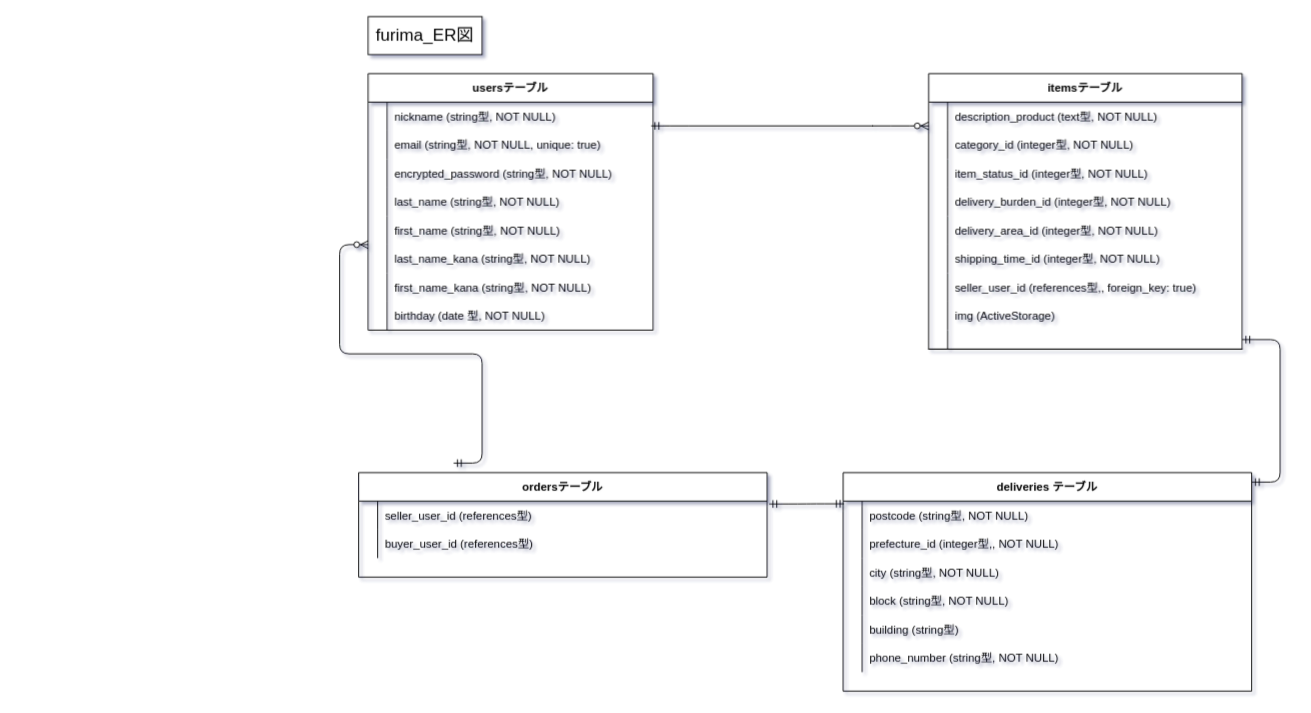
Earlier version of the draw.io diagram db/furima_ER図.drawio (rikako-yurino/furima-34770). Source tidied: cells renumbered, new cells numbered last; positions are measured from the earlier drawing's top-left corner, leaving out a move shared by most shapes. Both pictures are drawn from the tidied source at 95%, with x=0, y=0 at pixel (358, 16).
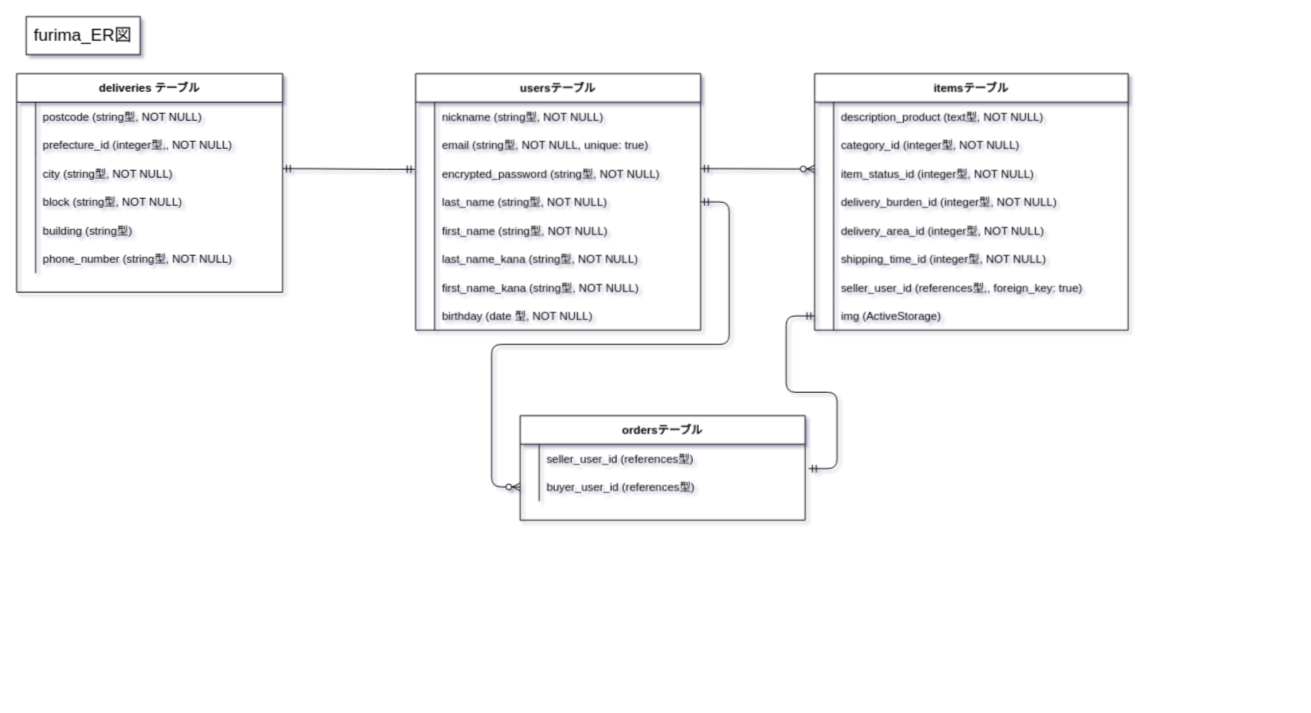
Above is the later version.

The change refers to these unchanged cells:
```xml
<mxCell id="24" style="shape=partialRectangle;fillColor=none;top=0;left=0;bottom=0;right=0;points=[[0,0.5],[1,0.5]];portConstraint=eastwest;" parent="2" vertex="1">
  <mxGeometry y="240" width="330" height="30" as="geometry" />
</mxCell>
<mxCell id="37" style="shape=partialRectangle;fillColor=none;top=0;left=0;bottom=0;right=0;points=[[0,0.5],[1,0.5]];portConstraint=eastwest;" parent="30" vertex="1">
  <mxGeometry y="90" width="300" height="30" as="geometry" />
</mxCell>
<mxCell id="40" style="shape=partialRectangle;fillColor=none;top=0;left=0;bottom=0;right=0;points=[[0,0.5],[1,0.5]];portConstraint=eastwest;" parent="30" vertex="1">
  <mxGeometry y="120" width="300" height="30" as="geometry" />
</mxCell>
```

Diff of the diagram source:
```diff
@@
     <mxCell id="2" value="itemsテーブル" style="shape=table;startSize=30;childLayout=tableLayout;rowLines=0;fontStyle=1;align=center;" parent="1" vertex="1">
-      <mxGeometry x="600" y="60" width="330" height="290" as="geometry" />
+      <mxGeometry x="480" y="60" width="330" height="270" as="geometry" />
     </mxCell>
@@
-    <mxCell id="27" style="shape=partialRectangle;fillColor=none;top=0;left=0;bottom=1;right=0;points=[[0,0.5],[1,0.5]];portConstraint=eastwest;" parent="2" vertex="1">
-      <mxGeometry y="270" width="330" height="20" as="geometry" />
-    </mxCell>
-    <mxCell id="28" style="shape=partialRectangle;fillColor=none;top=0;left=0;bottom=0;right=0;fontStyle=1;overflow=hidden;" parent="27" vertex="1">
-      <mxGeometry width="20" height="20" as="geometry" />
-    </mxCell>
-    <mxCell id="29" style="shape=partialRectangle;fillColor=none;top=0;left=0;bottom=0;right=0;align=left;spacingLeft=6;fontStyle=5;overflow=hidden;" parent="27" vertex="1">
-      <mxGeometry x="20" width="310" height="20" as="geometry" />
-    </mxCell>
     <mxCell id="30" value="usersテーブル" style="shape=table;startSize=30;childLayout=tableLayout;rowLines=0;fontStyle=1;align=center;" parent="1" vertex="1">
-      <mxGeometry x="10" y="60" width="300" height="270" as="geometry" />
+      <mxGeometry x="60" y="60" width="300" height="270" as="geometry" />
     </mxCell>
@@
     <mxCell id="55" value="ordersテーブル" style="shape=table;startSize=30;childLayout=tableLayout;rowLines=0;fontStyle=1;align=center;" parent="1" vertex="1">
-      <mxGeometry y="480" width="430" height="110" as="geometry" />
+      <mxGeometry x="170" y="420" width="300" height="110" as="geometry" />
     </mxCell>
     <mxCell id="56" style="shape=partialRectangle;fillColor=none;top=0;left=0;bottom=0;right=0;points=[[0,0.5],[1,0.5]];portConstraint=eastwest;" parent="55" vertex="1">
-      <mxGeometry y="30" width="430" height="30" as="geometry" />
+      <mxGeometry y="30" width="300" height="30" as="geometry" />
     </mxCell>
@@
     <mxCell id="58" value="seller_user_id (references型)" style="shape=partialRectangle;fillColor=none;top=0;left=0;bottom=0;right=0;align=left;spacingLeft=6;overflow=hidden;" parent="56" vertex="1">
-      <mxGeometry x="20" width="410" height="30" as="geometry" />
+      <mxGeometry x="20" width="280" height="30" as="geometry" />
     </mxCell>
     <mxCell id="59" style="shape=partialRectangle;fillColor=none;top=0;left=0;bottom=0;right=0;points=[[0,0.5],[1,0.5]];portConstraint=eastwest;" parent="55" vertex="1">
-      <mxGeometry y="60" width="430" height="30" as="geometry" />
+      <mxGeometry y="60" width="300" height="30" as="geometry" />
     </mxCell>
@@
     <mxCell id="61" value="buyer_user_id (references型)" style="shape=partialRectangle;fillColor=none;top=0;left=0;bottom=0;right=0;align=left;spacingLeft=6;overflow=hidden;" parent="59" vertex="1">
-      <mxGeometry x="20" width="410" height="30" as="geometry" />
+      <mxGeometry x="20" width="280" height="30" as="geometry" />
     </mxCell>
     <mxCell id="62" style="edgeStyle=entityRelationEdgeStyle;fontSize=12;html=1;endArrow=ERzeroToMany;startArrow=ERmandOne;" parent="1" edge="1">
       <mxGeometry relative="1" as="geometry">
-        <mxPoint x="308" y="115" as="sourcePoint" />
-        <mxPoint x="600" y="115" as="targetPoint" />
+        <mxPoint x="360" y="160" as="sourcePoint" />
+        <mxPoint x="480" y="160.3" as="targetPoint" />
       </mxGeometry>
     </mxCell>
     <mxCell id="63" value="&lt;font style=&quot;font-size: 18px&quot;&gt;furima_ER図&lt;/font&gt;" style="rounded=0;whiteSpace=wrap;html=1;sketch=0;strokeColor=#000000;" parent="1" vertex="1">
-      <mxGeometry x="10" width="120" height="40" as="geometry" />
+      <mxGeometry x="-350" width="120" height="40" as="geometry" />
     </mxCell>
     <mxCell id="64" value="deliveries テーブル" style="shape=table;startSize=30;childLayout=tableLayout;rowLines=0;fontStyle=1;align=center;" parent="1" vertex="1">
-      <mxGeometry x="510" y="480" width="430" height="230" as="geometry" />
+      <mxGeometry x="-360" y="60" width="280" height="230" as="geometry" />
     </mxCell>
     <mxCell id="65" style="shape=partialRectangle;fillColor=none;top=0;left=0;bottom=0;right=0;points=[[0,0.5],[1,0.5]];portConstraint=eastwest;" parent="64" vertex="1">
-      <mxGeometry y="30" width="430" height="30" as="geometry" />
+      <mxGeometry y="30" width="280" height="30" as="geometry" />
     </mxCell>
@@
     <mxCell id="67" value="postcode (string型, NOT NULL)" style="shape=partialRectangle;fillColor=none;top=0;left=0;bottom=0;right=0;align=left;spacingLeft=6;overflow=hidden;" parent="65" vertex="1">
-      <mxGeometry x="20" width="410" height="30" as="geometry" />
+      <mxGeometry x="20" width="260" height="30" as="geometry" />
     </mxCell>
     <mxCell id="68" style="shape=partialRectangle;fillColor=none;top=0;left=0;bottom=0;right=0;" parent="64" vertex="1">
-      <mxGeometry y="60" width="430" height="30" as="geometry" />
+      <mxGeometry y="60" width="280" height="30" as="geometry" />
     </mxCell>
@@
     <mxCell id="70" value="prefecture_id (integer型,, NOT NULL)" style="shape=partialRectangle;fillColor=none;top=0;left=0;bottom=0;right=0;align=left;spacingLeft=6;overflow=hidden;" parent="68" vertex="1">
-      <mxGeometry x="20" width="410" height="30" as="geometry" />
+      <mxGeometry x="20" width="260" height="30" as="geometry" />
     </mxCell>
     <mxCell id="71" style="shape=partialRectangle;fillColor=none;top=0;left=0;bottom=0;right=0;" parent="64" vertex="1">
-      <mxGeometry y="90" width="430" height="30" as="geometry" />
+      <mxGeometry y="90" width="280" height="30" as="geometry" />
     </mxCell>
@@
     <mxCell id="73" value="city (string型, NOT NULL)" style="shape=partialRectangle;fillColor=none;top=0;left=0;bottom=0;right=0;align=left;spacingLeft=6;overflow=hidden;" parent="71" vertex="1">
-      <mxGeometry x="20" width="410" height="30" as="geometry" />
+      <mxGeometry x="20" width="260" height="30" as="geometry" />
     </mxCell>
     <mxCell id="74" style="shape=partialRectangle;fillColor=none;top=0;left=0;bottom=0;right=0;" parent="64" vertex="1">
-      <mxGeometry y="120" width="430" height="30" as="geometry" />
+      <mxGeometry y="120" width="280" height="30" as="geometry" />
     </mxCell>
@@
     <mxCell id="76" value="block (string型, NOT NULL)" style="shape=partialRectangle;fillColor=none;top=0;left=0;bottom=0;right=0;align=left;spacingLeft=6;overflow=hidden;" parent="74" vertex="1">
-      <mxGeometry x="20" width="410" height="30" as="geometry" />
+      <mxGeometry x="20" width="260" height="30" as="geometry" />
     </mxCell>
     <mxCell id="77" style="shape=partialRectangle;fillColor=none;top=0;left=0;bottom=0;right=0;" parent="64" vertex="1">
-      <mxGeometry y="150" width="430" height="30" as="geometry" />
+      <mxGeometry y="150" width="280" height="30" as="geometry" />
     </mxCell>
@@
     <mxCell id="79" value="building (string型)" style="shape=partialRectangle;fillColor=none;top=0;left=0;bottom=0;right=0;align=left;spacingLeft=6;overflow=hidden;" parent="77" vertex="1">
-      <mxGeometry x="20" width="410" height="30" as="geometry" />
+      <mxGeometry x="20" width="260" height="30" as="geometry" />
     </mxCell>
     <mxCell id="80" style="shape=partialRectangle;fillColor=none;top=0;left=0;bottom=0;right=0;" parent="64" vertex="1">
-      <mxGeometry y="180" width="430" height="30" as="geometry" />
+      <mxGeometry y="180" width="280" height="30" as="geometry" />
     </mxCell>
@@
     <mxCell id="82" value="phone_number (string型, NOT NULL)" style="shape=partialRectangle;fillColor=none;top=0;left=0;bottom=0;right=0;align=left;spacingLeft=6;overflow=hidden;" parent="80" vertex="1">
-      <mxGeometry x="20" width="410" height="30" as="geometry" />
+      <mxGeometry x="20" width="260" height="30" as="geometry" />
     </mxCell>
-    <mxCell id="83" style="edgeStyle=entityRelationEdgeStyle;fontSize=12;html=1;endArrow=ERmandOne;startArrow=ERmandOne;" parent="1" edge="1" target="27">
-      <mxGeometry relative="1" as="geometry">
-        <mxPoint x="940" y="490" as="sourcePoint" />
-      </mxGeometry>
-    </mxCell>
-    <mxCell id="84" style="edgeStyle=entityRelationEdgeStyle;fontSize=12;html=1;endArrow=ERmandOne;startArrow=ERmandOne;exitX=1.005;exitY=0.1;exitDx=0;exitDy=0;exitPerimeter=0;entryX=0.002;entryY=0.094;entryDx=0;entryDy=0;entryPerimeter=0;" parent="1" edge="1" source="56" target="65">
-      <mxGeometry relative="1" as="geometry" />
-    </mxCell>
-    <mxCell id="85" style="edgeStyle=entityRelationEdgeStyle;fontSize=12;html=1;endArrow=ERzeroToMany;startArrow=ERmandOne;" parent="1" edge="1">
-      <mxGeometry relative="1" as="geometry">
-        <mxPoint x="100" y="470" as="sourcePoint" />
-        <mxPoint x="10" y="240" as="targetPoint" />
-      </mxGeometry>
-    </mxCell>
+    <mxCell id="86" style="edgeStyle=entityRelationEdgeStyle;fontSize=12;html=1;endArrow=ERmandOne;startArrow=ERmandOne;entryX=-0.003;entryY=0.356;entryDx=0;entryDy=0;entryPerimeter=0;" parent="1" edge="1" target="37">
+      <mxGeometry relative="1" as="geometry">
+        <mxPoint x="-80" y="160" as="sourcePoint" />
+      </mxGeometry>
+    </mxCell>
+    <mxCell id="87" style="edgeStyle=entityRelationEdgeStyle;fontSize=12;html=1;endArrow=ERzeroToMany;startArrow=ERmandOne;" parent="1" edge="1" source="40">
+      <mxGeometry relative="1" as="geometry">
+        <mxPoint x="170" y="495" as="targetPoint" />
+      </mxGeometry>
+    </mxCell>
+    <mxCell id="88" style="edgeStyle=entityRelationEdgeStyle;fontSize=12;html=1;endArrow=ERmandOne;startArrow=ERmandOne;exitX=1.012;exitY=-0.141;exitDx=0;exitDy=0;exitPerimeter=0;" parent="1" edge="1" source="59" target="24">
+      <mxGeometry relative="1" as="geometry" />
+    </mxCell>
```
